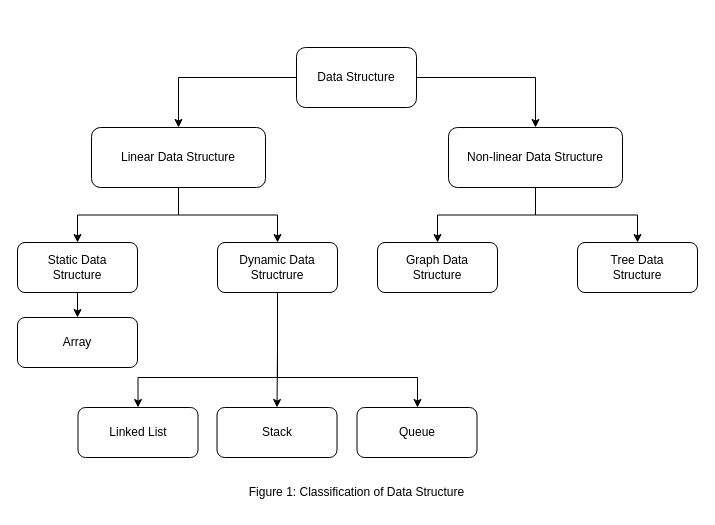
JanayAlam/data-structures-and-algorithms-notebook keeps this draw.io diagram as assets/Fig1.ClassificationOfDataStructure.drawio. Above is the earlier version. Source tidied: cells renumbered, new cells numbered last; positions are measured from the earlier drawing's top-left corner, leaving out a move shared by most shapes. Both pictures are drawn from the tidied source at 100%, with x=0, y=0 at pixel (17, 47).
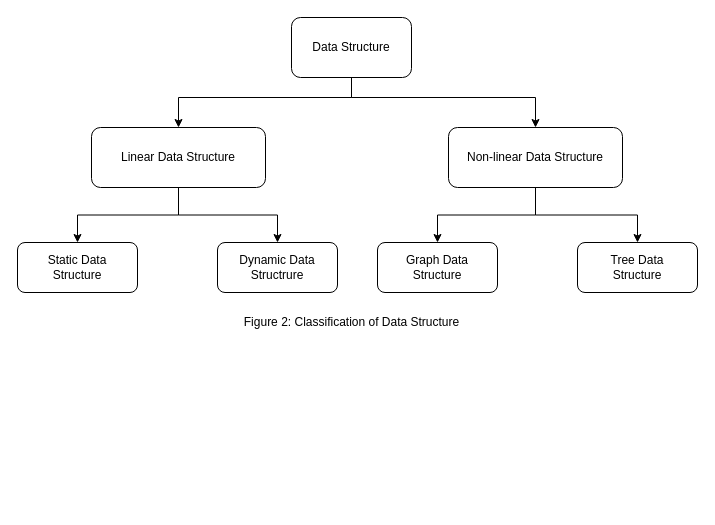
Above is the later version.

Commit message (it also covers changes not shown here):
wrote structure definition

Unchanged cells that the change refers to:
```xml
<mxCell id="7" value="Linear Data Structure" style="rounded=1;whiteSpace=wrap;html=1;" parent="1" vertex="1">
  <mxGeometry x="74" y="80" width="174" height="60" as="geometry" />
</mxCell>
<mxCell id="10" value="Non-linear Data Structure" style="rounded=1;whiteSpace=wrap;html=1;" parent="1" vertex="1">
  <mxGeometry x="431" y="80" width="174" height="60" as="geometry" />
</mxCell>
<mxCell id="14" value="Static Data&lt;br&gt;Structure" style="rounded=1;whiteSpace=wrap;html=1;" parent="1" vertex="1">
  <mxGeometry y="195" width="120" height="50" as="geometry" />
</mxCell>
<mxCell id="18" value="Dynamic Data Structrure" style="rounded=1;whiteSpace=wrap;html=1;" parent="1" vertex="1">
  <mxGeometry x="200" y="195" width="120" height="50" as="geometry" />
</mxCell>
```

Change to the diagram source:
```diff
@@
     <mxCell id="2" style="edgeStyle=orthogonalEdgeStyle;rounded=0;jettySize=auto;html=1;" parent="1" edge="1" source="4" target="7">
-      <mxGeometry relative="1" as="geometry" />
+      <mxGeometry relative="1" as="geometry">
+        <Array as="points">
+          <mxPoint x="334" y="50" />
+          <mxPoint x="161" y="50" />
+        </Array>
+      </mxGeometry>
     </mxCell>
     <mxCell id="3" style="edgeStyle=orthogonalEdgeStyle;rounded=0;jettySize=auto;html=1;entryX=0.5;entryY=0;entryDx=0;entryDy=0;" parent="1" edge="1" source="4" target="10">
-      <mxGeometry relative="1" as="geometry" />
+      <mxGeometry relative="1" as="geometry">
+        <Array as="points">
+          <mxPoint x="334" y="50" />
+          <mxPoint x="518" y="50" />
+        </Array>
+      </mxGeometry>
     </mxCell>
     <mxCell id="4" value="Data Structure" style="rounded=1;whiteSpace=wrap;html=1;" parent="1" vertex="1">
-      <mxGeometry x="279" width="120" height="60" as="geometry" />
+      <mxGeometry x="274" y="-30" width="120" height="60" as="geometry" />
     </mxCell>
@@
-    <mxCell id="13" style="edgeStyle=orthogonalEdgeStyle;rounded=0;jettySize=auto;html=1;entryX=0.5;entryY=0;entryDx=0;entryDy=0;" parent="1" edge="1" source="14" target="19">
-      <mxGeometry relative="1" as="geometry" />
-    </mxCell>
@@
-    <mxCell id="15" style="edgeStyle=orthogonalEdgeStyle;rounded=0;jettySize=auto;html=1;entryX=0.5;entryY=0;entryDx=0;entryDy=0;" parent="1" edge="1" source="18" target="21">
-      <mxGeometry relative="1" as="geometry" />
-    </mxCell>
-    <mxCell id="16" style="edgeStyle=orthogonalEdgeStyle;rounded=0;jettySize=auto;html=1;exitX=0.5;exitY=1;exitDx=0;exitDy=0;entryX=0.5;entryY=0;entryDx=0;entryDy=0;" parent="1" edge="1" source="18" target="20">
-      <mxGeometry relative="1" as="geometry">
-        <Array as="points">
-          <mxPoint x="260" y="330" />
-          <mxPoint x="121" y="330" />
-        </Array>
-      </mxGeometry>
-    </mxCell>
-    <mxCell id="17" style="edgeStyle=orthogonalEdgeStyle;rounded=0;jettySize=auto;html=1;" parent="1" edge="1" source="18" target="22">
-      <mxGeometry relative="1" as="geometry">
-        <Array as="points">
-          <mxPoint x="260" y="330" />
-          <mxPoint x="400" y="330" />
-        </Array>
-      </mxGeometry>
-    </mxCell>
@@
-    <mxCell id="19" value="Array" style="rounded=1;whiteSpace=wrap;html=1;" parent="1" vertex="1">
-      <mxGeometry y="270" width="120" height="50" as="geometry" />
-    </mxCell>
-    <mxCell id="20" value="Linked List" style="rounded=1;whiteSpace=wrap;html=1;" parent="1" vertex="1">
-      <mxGeometry x="60.5" y="360" width="120" height="50" as="geometry" />
-    </mxCell>
-    <mxCell id="21" value="Stack" style="rounded=1;whiteSpace=wrap;html=1;" parent="1" vertex="1">
-      <mxGeometry x="199.5" y="360" width="120" height="50" as="geometry" />
-    </mxCell>
-    <mxCell id="22" value="Queue" style="rounded=1;whiteSpace=wrap;html=1;" parent="1" vertex="1">
-      <mxGeometry x="339.5" y="360" width="120" height="50" as="geometry" />
-    </mxCell>
-    <mxCell id="23" value="Figure 1: Classification of Data Structure" style="text;html=1;strokeColor=none;fillColor=none;align=center;verticalAlign=middle;whiteSpace=wrap;rounded=0;" parent="1" vertex="1">
-      <mxGeometry x="183.5" y="430" width="311" height="30" as="geometry" />
+    <mxCell id="23" value="Figure 2: Classification of Data Structure" style="text;html=1;strokeColor=none;fillColor=none;align=center;verticalAlign=middle;whiteSpace=wrap;rounded=0;" parent="1" vertex="1">
+      <mxGeometry x="178.5" y="260" width="311" height="30" as="geometry" />
     </mxCell>
```
